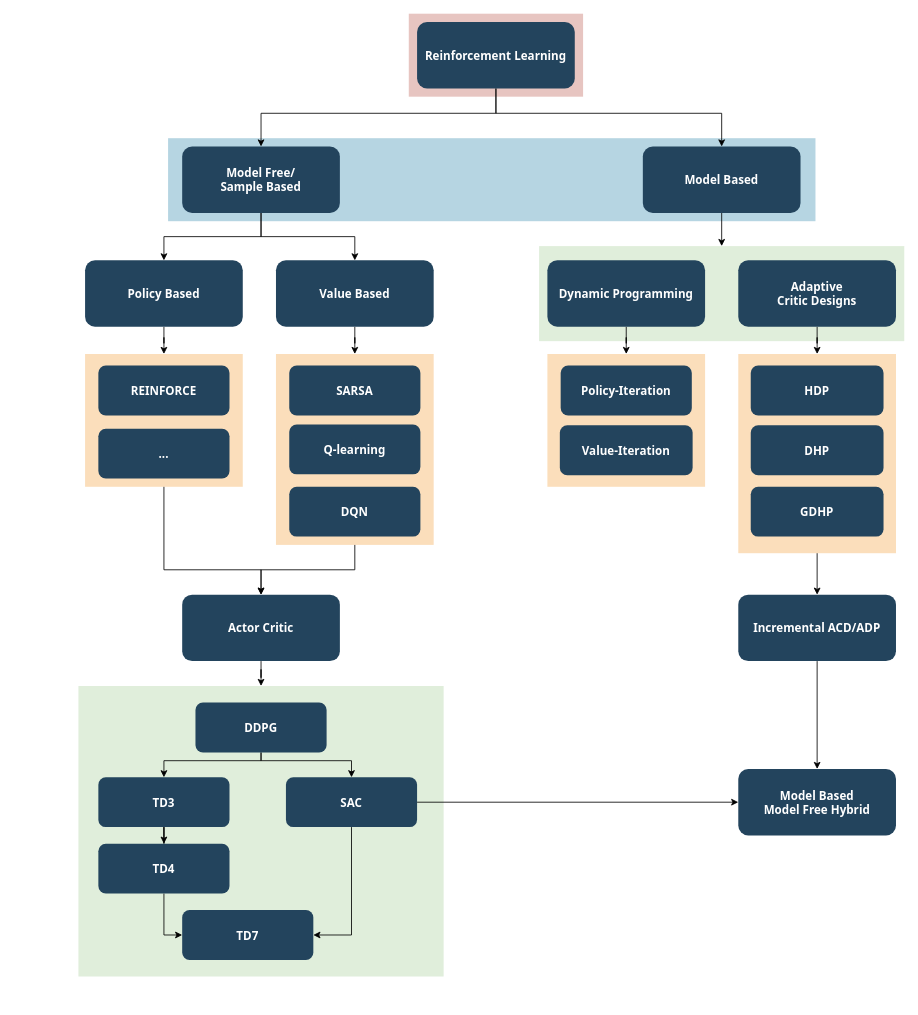
Earlier version of the draw.io diagram taxonomy/rl_taxonomy.drawio (wingos80/thesis_notes). Source tidied: cells renumbered, new cells numbered last; positions are measured from the earlier drawing's top-left corner, leaving out a move shared by most shapes. Both pictures are drawn from the tidied source at 83%, with x=0, y=0 at pixel (78, 13).
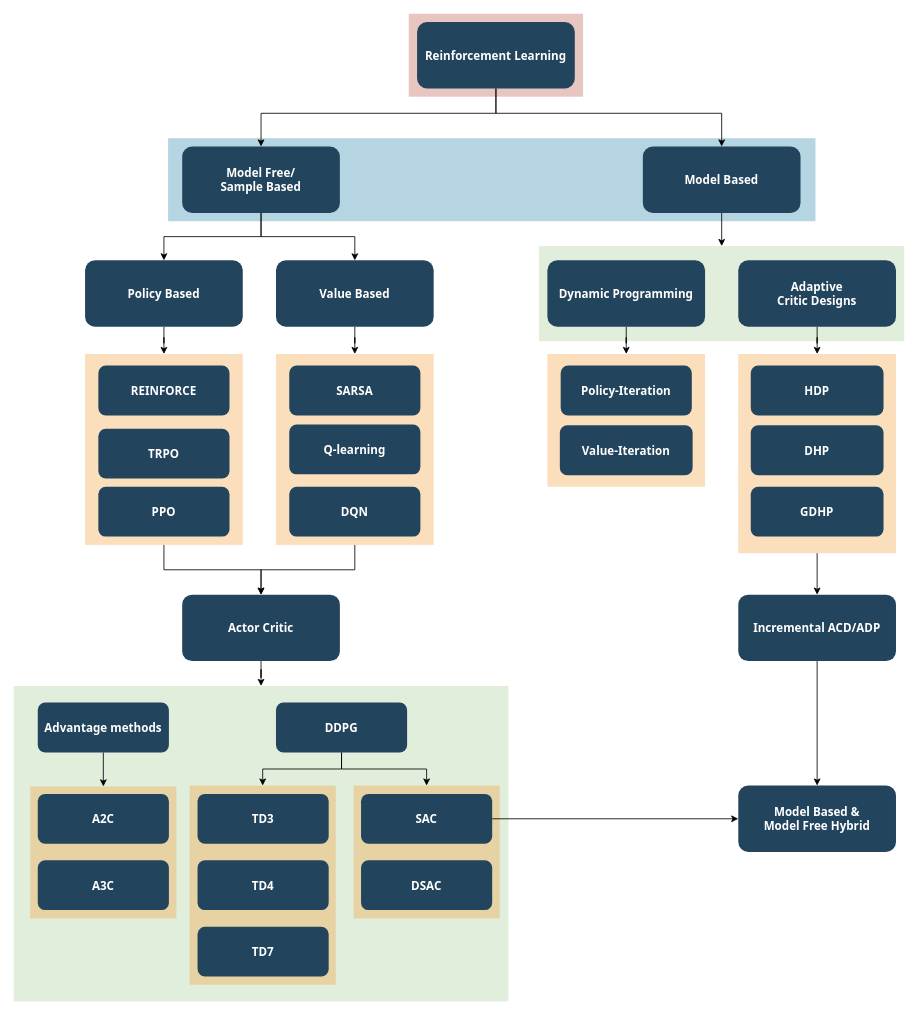
Above is the later version.

What changed in the source:
```diff
@@
     <mxCell id="2" style="fillColor=#D9EAD3;strokeColor=none;gradientColor=none;opacity=80;" parent="1" vertex="1">
-      <mxGeometry y="810" width="440" height="350" as="geometry" />
+      <mxGeometry x="-78" y="810" width="596" height="380" as="geometry" />
     </mxCell>
@@
+    <mxCell id="55" style="fillColor=#F2931E;strokeColor=none;opacity=30;" parent="1" vertex="1">
+      <mxGeometry x="331.5" y="930" width="176" height="160" as="geometry" />
+    </mxCell>
@@
     <mxCell id="35" style="fillColor=#F2931E;strokeColor=none;opacity=30;" parent="1" vertex="1">
-      <mxGeometry x="8" y="410" width="190" height="160" as="geometry" />
+      <mxGeometry x="8" y="410" width="190" height="230" as="geometry" />
     </mxCell>
@@
+    <mxCell id="56" style="fillColor=#F2931E;strokeColor=none;opacity=30;" parent="1" vertex="1">
+      <mxGeometry x="134" y="930" width="176" height="240" as="geometry" />
+    </mxCell>
@@
-    <mxCell id="40" value="..." style="rounded=1;fillColor=#23445D;gradientColor=none;strokeColor=none;fontColor=#FFFFFF;fontStyle=1;fontFamily=Tahoma;fontSize=14;" parent="1" vertex="1">
+    <mxCell id="40" value="TRPO" style="rounded=1;fillColor=#23445D;gradientColor=none;strokeColor=none;fontColor=#FFFFFF;fontStyle=1;fontFamily=Tahoma;fontSize=14;" parent="1" vertex="1">
       <mxGeometry x="24" y="500" width="158" height="60" as="geometry" />
     </mxCell>
-    <mxCell id="41" style="edgeStyle=orthogonalEdgeStyle;rounded=0;jettySize=auto;html=1;" parent="1" edge="1" source="42" target="53">
-      <mxGeometry relative="1" as="geometry" />
-    </mxCell>
     <mxCell id="42" value="TD3" style="rounded=1;fillColor=#23445D;gradientColor=none;strokeColor=none;fontColor=#FFFFFF;fontStyle=1;fontFamily=Tahoma;fontSize=14;" parent="1" vertex="1">
-      <mxGeometry x="24" y="920" width="158" height="60" as="geometry" />
+      <mxGeometry x="143.5" y="940" width="158" height="60" as="geometry" />
     </mxCell>
@@
-    <mxCell id="44" style="edgeStyle=orthogonalEdgeStyle;rounded=0;jettySize=auto;html=1;entryX=1;entryY=0.5;entryDx=0;entryDy=0;" parent="1" edge="1" source="45" target="54">
-      <mxGeometry relative="1" as="geometry" />
-    </mxCell>
-    <mxCell id="45" value="SAC" style="rounded=1;fillColor=#23445D;gradientColor=none;strokeColor=none;fontColor=#FFFFFF;fontStyle=1;fontFamily=Tahoma;fontSize=14;" parent="1" vertex="1">
-      <mxGeometry x="250" y="920" width="158" height="60" as="geometry" />
-    </mxCell>
@@
-    <mxCell id="48" value="Model Based &#10;Model Free Hybrid" style="rounded=1;fillColor=#23445D;gradientColor=none;strokeColor=none;fontColor=#FFFFFF;fontStyle=1;fontFamily=Tahoma;fontSize=14;" parent="1" vertex="1">
-      <mxGeometry x="795" y="910" width="190" height="80" as="geometry" />
+    <mxCell id="48" value="Model Based &amp;&#10;Model Free Hybrid" style="rounded=1;fillColor=#23445D;gradientColor=none;strokeColor=none;fontColor=#FFFFFF;fontStyle=1;fontFamily=Tahoma;fontSize=14;" parent="1" vertex="1">
+      <mxGeometry x="795" y="930" width="190" height="80" as="geometry" />
     </mxCell>
-    <mxCell id="49" style="edgeStyle=orthogonalEdgeStyle;rounded=0;jettySize=auto;html=1;" parent="1" edge="1" source="51" target="42">
-      <mxGeometry relative="1" as="geometry">
-        <Array as="points">
-          <mxPoint x="220" y="900" />
-          <mxPoint x="103" y="900" />
-        </Array>
-      </mxGeometry>
-    </mxCell>
-    <mxCell id="50" style="edgeStyle=orthogonalEdgeStyle;rounded=0;jettySize=auto;html=1;" parent="1" edge="1" source="51" target="45">
-      <mxGeometry relative="1" as="geometry">
-        <Array as="points">
-          <mxPoint x="220" y="900" />
-          <mxPoint x="329" y="900" />
-        </Array>
-      </mxGeometry>
-    </mxCell>
+    <mxCell id="57" style="edgeStyle=orthogonalEdgeStyle;rounded=0;jettySize=auto;html=1;" parent="1" edge="1" source="51" target="56">
+      <mxGeometry relative="1" as="geometry" />
+    </mxCell>
+    <mxCell id="58" style="edgeStyle=orthogonalEdgeStyle;rounded=0;jettySize=auto;html=1;entryX=0.5;entryY=0;entryDx=0;entryDy=0;" parent="1" edge="1" source="51" target="55">
+      <mxGeometry relative="1" as="geometry" />
+    </mxCell>
     <mxCell id="51" value="DDPG" style="rounded=1;fillColor=#23445D;gradientColor=none;strokeColor=none;fontColor=#FFFFFF;fontStyle=1;fontFamily=Tahoma;fontSize=14;" parent="1" vertex="1">
-      <mxGeometry x="141" y="830" width="158" height="60" as="geometry" />
+      <mxGeometry x="238" y="830" width="158" height="60" as="geometry" />
     </mxCell>
-    <mxCell id="52" style="edgeStyle=orthogonalEdgeStyle;rounded=0;jettySize=auto;html=1;entryX=0;entryY=0.5;entryDx=0;entryDy=0;" parent="1" edge="1" source="53" target="54">
-      <mxGeometry relative="1" as="geometry" />
-    </mxCell>
     <mxCell id="53" value="TD4" style="rounded=1;fillColor=#23445D;gradientColor=none;strokeColor=none;fontColor=#FFFFFF;fontStyle=1;fontFamily=Tahoma;fontSize=14;" parent="1" vertex="1">
-      <mxGeometry x="24" y="1000" width="158" height="60" as="geometry" />
+      <mxGeometry x="143.5" y="1020" width="158" height="60" as="geometry" />
     </mxCell>
     <mxCell id="54" value="TD7" style="rounded=1;fillColor=#23445D;gradientColor=none;strokeColor=none;fontColor=#FFFFFF;fontStyle=1;fontFamily=Tahoma;fontSize=14;" parent="1" vertex="1">
-      <mxGeometry x="125" y="1080" width="158" height="60" as="geometry" />
+      <mxGeometry x="143.5" y="1100" width="158" height="60" as="geometry" />
     </mxCell>
+    <mxCell id="59" value="PPO" style="rounded=1;fillColor=#23445D;gradientColor=none;strokeColor=none;fontColor=#FFFFFF;fontStyle=1;fontFamily=Tahoma;fontSize=14;" parent="1" vertex="1">
+      <mxGeometry x="24" y="570" width="158" height="60" as="geometry" />
+    </mxCell>
+    <mxCell id="60" style="fillColor=#F2931E;strokeColor=none;opacity=30;" parent="1" vertex="1">
+      <mxGeometry x="-58" y="931" width="176" height="159" as="geometry" />
+    </mxCell>
+    <mxCell id="61" value="A3C" style="rounded=1;fillColor=#23445D;gradientColor=none;strokeColor=none;fontColor=#FFFFFF;fontStyle=1;fontFamily=Tahoma;fontSize=14;" parent="1" vertex="1">
+      <mxGeometry x="-49" y="1020" width="158" height="60" as="geometry" />
+    </mxCell>
+    <mxCell id="62" value="A2C" style="rounded=1;fillColor=#23445D;gradientColor=none;strokeColor=none;fontColor=#FFFFFF;fontStyle=1;fontFamily=Tahoma;fontSize=14;direction=west;" parent="1" vertex="1">
+      <mxGeometry x="-49" y="940" width="158" height="60" as="geometry" />
+    </mxCell>
+    <mxCell id="63" style="edgeStyle=orthogonalEdgeStyle;rounded=0;jettySize=auto;html=1;" parent="1" edge="1" source="64" target="60">
+      <mxGeometry relative="1" as="geometry" />
+    </mxCell>
+    <mxCell id="64" value="Advantage methods" style="rounded=1;fillColor=#23445D;gradientColor=none;strokeColor=none;fontColor=#FFFFFF;fontStyle=1;fontFamily=Tahoma;fontSize=14;" parent="1" vertex="1">
+      <mxGeometry x="-49" y="830" width="158" height="60" as="geometry" />
+    </mxCell>
+    <mxCell id="45" value="SAC" style="rounded=1;fillColor=#23445D;gradientColor=none;strokeColor=none;fontColor=#FFFFFF;fontStyle=1;fontFamily=Tahoma;fontSize=14;" parent="1" vertex="1">
+      <mxGeometry x="340.5" y="940" width="158" height="60" as="geometry" />
+    </mxCell>
+    <mxCell id="65" value="DSAC" style="rounded=1;fillColor=#23445D;gradientColor=none;strokeColor=none;fontColor=#FFFFFF;fontStyle=1;fontFamily=Tahoma;fontSize=14;" parent="1" vertex="1">
+      <mxGeometry x="340.5" y="1020" width="158" height="60" as="geometry" />
+    </mxCell>
```
